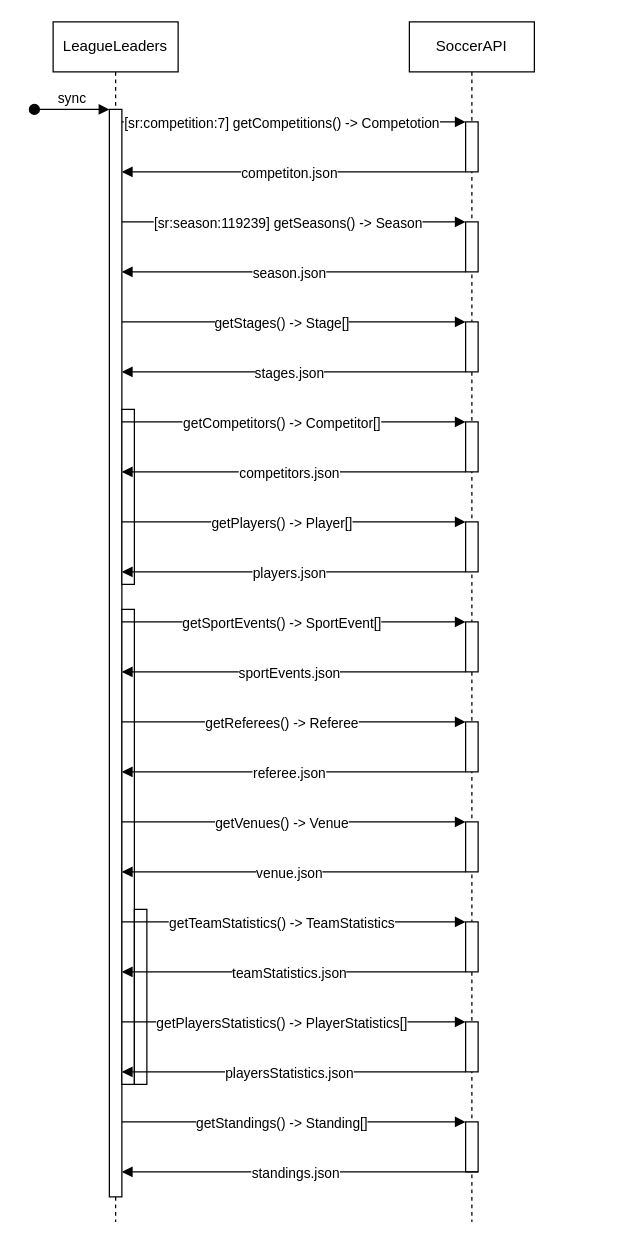
Above: api/diagrams/sequence-diagram-league-leaders.drawio in romanvcode/league-leaders (draw.io), before the change. Source tidied: cells renumbered, new cells numbered last; positions are measured from the earlier drawing's top-left corner, leaving out a move shared by most shapes. Both pictures are drawn from the tidied source at 125%, with x=0, y=0 at pixel (34, 21).
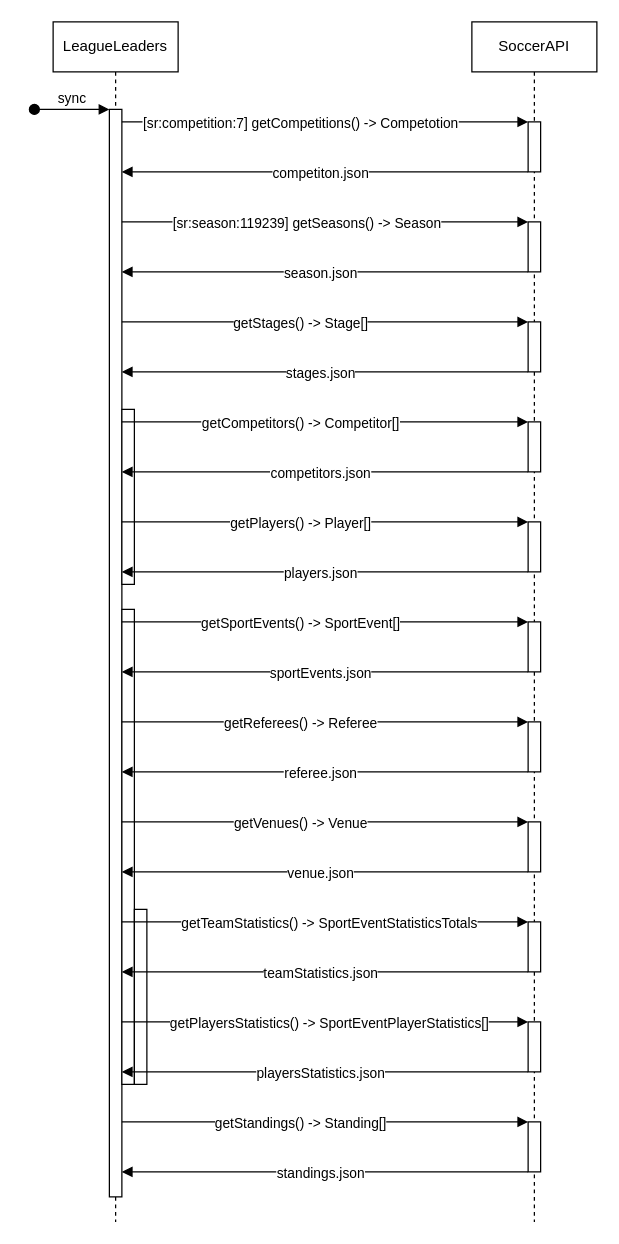
The same page after the edit.

Commit message (it also covers changes not shown here):
adjusted naming

Unchanged cells that the change refers to:
```xml
<mxCell id="3" style="html=1;points=[];perimeter=orthogonalPerimeter;outlineConnect=0;targetShapes=umlLifeline;portConstraint=eastwest;newEdgeStyle={&quot;edgeStyle&quot;:&quot;elbowEdgeStyle&quot;,&quot;elbow&quot;:&quot;vertical&quot;,&quot;curved&quot;:0,&quot;rounded&quot;:0};" parent="2" vertex="1">
  <mxGeometry x="45" y="70" width="10" height="870" as="geometry" />
</mxCell>
<mxCell id="19" style="html=1;points=[];perimeter=orthogonalPerimeter;outlineConnect=0;targetShapes=umlLifeline;portConstraint=eastwest;newEdgeStyle={&quot;edgeStyle&quot;:&quot;elbowEdgeStyle&quot;,&quot;elbow&quot;:&quot;vertical&quot;,&quot;curved&quot;:0,&quot;rounded&quot;:0};" parent="8" vertex="1">
  <mxGeometry x="45" y="880" width="10" height="40" as="geometry" />
</mxCell>
<mxCell id="36" style="html=1;verticalAlign=bottom;endArrow=block;edgeStyle=elbowEdgeStyle;elbow=vertical;curved=0;rounded=0;" parent="1" edge="1" target="17">
  <mxGeometry relative="1" as="geometry">
    <mxPoint x="70" y="800" as="sourcePoint" />
    <Array as="points">
      <mxPoint x="195.5" y="800" />
    </Array>
  </mxGeometry>
</mxCell>
<mxCell id="56" style="html=1;verticalAlign=bottom;endArrow=block;edgeStyle=elbowEdgeStyle;elbow=vertical;curved=0;rounded=0;" parent="1" edge="1" source="3" target="18">
  <mxGeometry relative="1" as="geometry">
    <Array as="points">
      <mxPoint x="200.5" y="720" />
    </Array>
  </mxGeometry>
</mxCell>
```

What changed in the source:
```diff
@@
     <mxCell id="8" value="SoccerAPI" style="shape=umlLifeline;perimeter=lifelinePerimeter;whiteSpace=wrap;html=1;newEdgeStyle={&quot;edgeStyle&quot;:&quot;elbowEdgeStyle&quot;,&quot;elbow&quot;:&quot;vertical&quot;,&quot;curved&quot;:0,&quot;rounded&quot;:0};" parent="1" vertex="1">
-      <mxGeometry x="300" width="100" height="960" as="geometry" />
+      <mxGeometry x="350" width="100" height="960" as="geometry" />
     </mxCell>
@@
-    <mxCell id="37" value="getPlayersStatistics() -&amp;gt; PlayerStatistics[]" style="edgeLabel;html=1;align=center;verticalAlign=middle;" parent="36" vertex="1">
+    <mxCell id="37" value="getPlayersStatistics() -&amp;gt; SportEventPlayerStatistics[]" style="edgeLabel;html=1;align=center;verticalAlign=middle;" parent="36" vertex="1">
       <mxGeometry x="-0.43" y="2" relative="1" as="geometry">
-        <mxPoint x="49" y="2" as="offset" />
+        <mxPoint x="72" y="2" as="offset" />
       </mxGeometry>
     </mxCell>
@@
-    <mxCell id="57" value="getTeamStatistics() -&amp;gt; TeamStatistics" style="edgeLabel;html=1;align=center;verticalAlign=middle;" parent="56" vertex="1">
+    <mxCell id="57" value="getTeamStatistics() -&amp;gt; SportEventStatisticsTotals" style="edgeLabel;html=1;align=center;verticalAlign=middle;" parent="56" vertex="1">
       <mxGeometry x="-0.43" y="2" relative="1" as="geometry">
-        <mxPoint x="49" y="2" as="offset" />
+        <mxPoint x="72" y="2" as="offset" />
       </mxGeometry>
     </mxCell>
@@
-    <mxCell id="62" style="html=1;verticalAlign=bottom;endArrow=block;edgeStyle=elbowEdgeStyle;elbow=horizontal;curved=0;rounded=0;" parent="1" edge="1" target="3">
+    <mxCell id="62" style="html=1;verticalAlign=bottom;endArrow=block;edgeStyle=elbowEdgeStyle;elbow=horizontal;curved=0;rounded=0;" parent="1" edge="1" source="19" target="3">
       <mxGeometry relative="1" as="geometry">
-        <mxPoint x="355" y="920" as="sourcePoint" />
         <Array as="points">
           <mxPoint x="195" y="920" />
         </Array>
       </mxGeometry>
     </mxCell>
```
